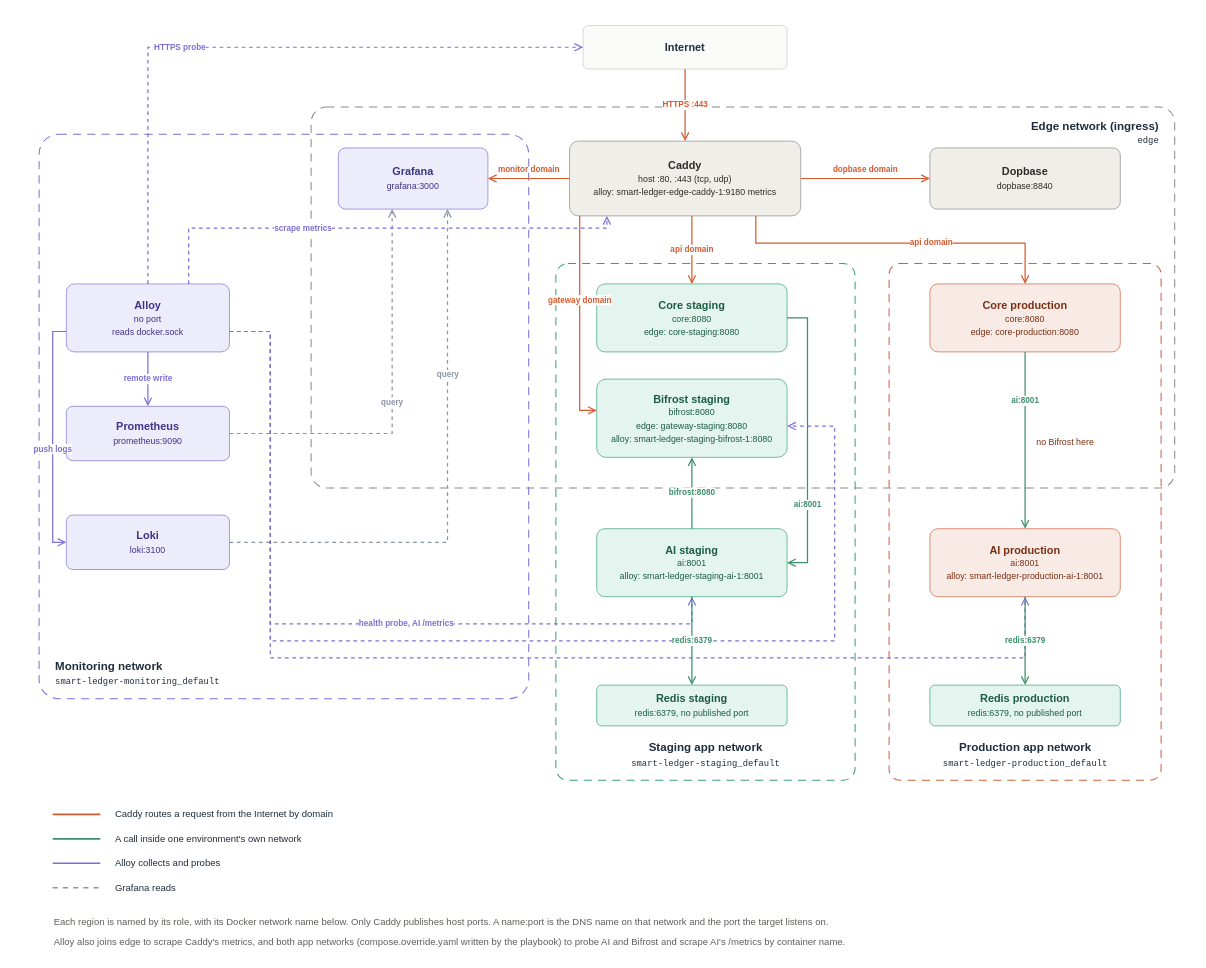
This is docs/architecture/diagrams/src/vps-network.drawio from miphu2804/smart-ledger, a draw.io file, before an edit. Source tidied: cells renumbered, new cells numbered last; positions are measured from the earlier drawing's top-left corner, leaving out a move shared by most shapes. Both pictures are drawn from the tidied source at 68%, with x=0, y=0 at pixel (12, 12).
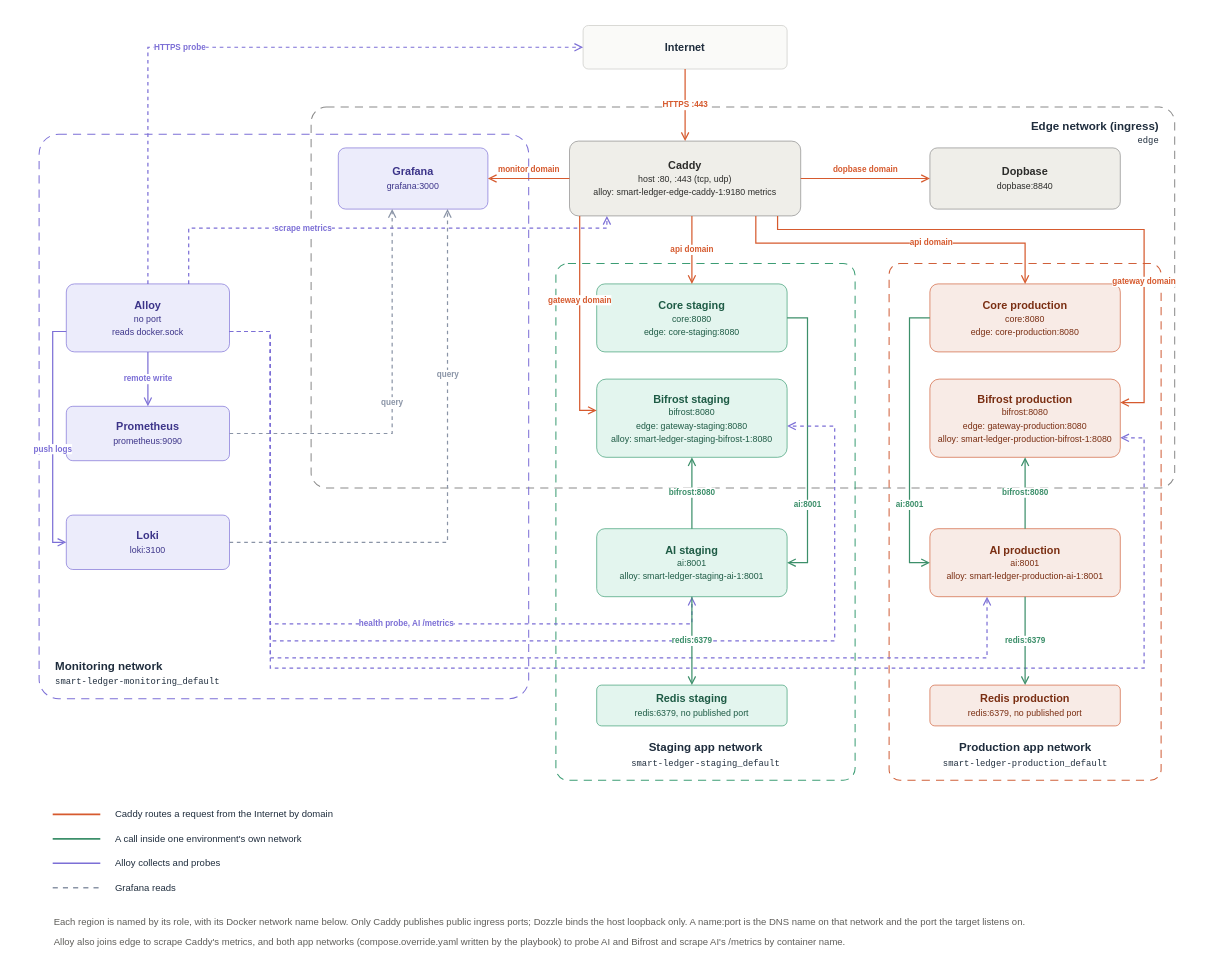
Above is the later version.

Commit message (it also covers changes not shown here):
docs: fix stock, audit and alert wording and vps bifrost diagram

The change refers to these unchanged cells:
```xml
<mxCell id="9" value="&lt;b&gt;Caddy&lt;/b&gt;&lt;br&gt;&lt;span style=&quot;font-size:13px;font-weight:normal&quot;&gt;host :80, :443 (tcp, udp)&lt;/span&gt;&lt;br&gt;&lt;span style=&quot;font-size:13px;font-weight:normal&quot;&gt;alloy: smart-ledger-edge-caddy-1:9180 metrics&lt;/span&gt;" style="rounded=1;arcSize=12;html=1;whiteSpace=wrap;fillColor=#efeee9;strokeColor=#8a8a8a;fontColor=#2c2c2a;fontSize=16;" parent="1" vertex="1">
  <mxGeometry x="820" y="190" width="340" height="110" as="geometry" />
</mxCell>
<mxCell id="11" value="&lt;b&gt;Alloy&lt;/b&gt;&lt;br&gt;&lt;span style=&quot;font-size:13px;font-weight:normal&quot;&gt;no port&lt;/span&gt;&lt;br&gt;&lt;span style=&quot;font-size:13px;font-weight:normal&quot;&gt;reads docker.sock&lt;/span&gt;" style="rounded=1;arcSize=12;html=1;whiteSpace=wrap;fillColor=#ececfb;strokeColor=#7c6fd6;fontColor=#3c3489;fontSize=16;" parent="1" vertex="1">
  <mxGeometry x="80" y="400" width="240" height="100" as="geometry" />
</mxCell>
<mxCell id="17" value="&lt;b&gt;Core production&lt;/b&gt;&lt;br&gt;&lt;span style=&quot;font-size:13px;font-weight:normal&quot;&gt;core:8080&lt;/span&gt;&lt;br&gt;&lt;span style=&quot;font-size:13px;font-weight:normal&quot;&gt;edge: core-production:8080&lt;/span&gt;" style="rounded=1;arcSize=12;html=1;whiteSpace=wrap;fillColor=#f8ebe6;strokeColor=#d0603a;fontColor=#7a2e12;fontSize=16;" parent="1" vertex="1">
  <mxGeometry x="1350" y="400" width="280" height="100" as="geometry" />
</mxCell>
<mxCell id="19" value="&lt;b&gt;AI production&lt;/b&gt;&lt;br&gt;&lt;span style=&quot;font-size:13px;font-weight:normal&quot;&gt;ai:8001&lt;/span&gt;&lt;br&gt;&lt;span style=&quot;font-size:13px;font-weight:normal&quot;&gt;alloy: smart-ledger-production-ai-1:8001&lt;/span&gt;" style="rounded=1;arcSize=12;html=1;whiteSpace=wrap;fillColor=#f8ebe6;strokeColor=#d0603a;fontColor=#7a2e12;fontSize=16;" parent="1" vertex="1">
  <mxGeometry x="1350" y="760" width="280" height="100" as="geometry" />
</mxCell>
```

What changed in the source:
```diff
@@
-    <mxCell id="18" value="no Bifrost here" style="text;html=1;align=left;verticalAlign=middle;fontColor=#7a2e12;fontSize=13;" parent="1" vertex="1">
-      <mxGeometry x="1505" y="620" width="140" height="24" as="geometry" />
-    </mxCell>
+    <mxCell id="52" value="&lt;b&gt;Bifrost production&lt;/b&gt;&lt;br&gt;&lt;span style=&quot;font-size:13px;font-weight:normal&quot;&gt;bifrost:8080&lt;/span&gt;&lt;br&gt;&lt;span style=&quot;font-size:13px;font-weight:normal&quot;&gt;edge: gateway-production:8080&lt;/span&gt;&lt;br&gt;&lt;span style=&quot;font-size:13px;font-weight:normal&quot;&gt;alloy: smart-ledger-production-bifrost-1:8080&lt;/span&gt;" style="rounded=1;arcSize=12;html=1;whiteSpace=wrap;fillColor=#f8ebe6;strokeColor=#d0603a;fontColor=#7a2e12;fontSize=16;" parent="1" vertex="1">
+      <mxGeometry x="1350" y="540" width="280" height="115" as="geometry" />
+    </mxCell>
@@
+    <mxCell id="53" value="gateway domain" style="edgeStyle=orthogonalEdgeStyle;rounded=0;html=1;endArrow=open;endSize=9;strokeColor=#d65a2e;strokeWidth=1.8;fontColor=#d65a2e;fontSize=12;fontStyle=1;labelBackgroundColor=#ffffff;exitX=0.9;exitY=1;entryX=1;entryY=0.3;" parent="1" edge="1" source="9" target="52">
+      <mxGeometry x="0.5" relative="1" as="geometry">
+        <Array as="points">
+          <mxPoint x="1126" y="320" />
+          <mxPoint x="1665" y="320" />
+          <mxPoint x="1665" y="574" />
+        </Array>
+      </mxGeometry>
+    </mxCell>
+    <mxCell id="54" value="bifrost:8080" style="edgeStyle=orthogonalEdgeStyle;rounded=0;html=1;endArrow=open;endSize=9;strokeColor=#3c8f6a;strokeWidth=1.8;fontColor=#3c8f6a;fontSize=12;fontStyle=1;labelBackgroundColor=#ffffff;exitX=0.5;exitY=0;entryX=0.5;entryY=1;" parent="1" edge="1" source="19" target="52">
+      <mxGeometry relative="1" as="geometry" />
+    </mxCell>
+    <mxCell id="55" style="edgeStyle=orthogonalEdgeStyle;rounded=0;html=1;endArrow=open;endSize=9;strokeColor=#7c6fd6;strokeWidth=1.8;dashed=1;fontColor=#7c6fd6;fontSize=12;fontStyle=1;labelBackgroundColor=#ffffff;exitX=1;exitY=0.7;entryX=1;entryY=0.75;" parent="1" edge="1" source="11" target="52">
+      <mxGeometry relative="1" as="geometry">
+        <Array as="points">
+          <mxPoint x="380" y="470" />
+          <mxPoint x="380" y="965" />
+          <mxPoint x="1665" y="965" />
+          <mxPoint x="1665" y="626" />
+        </Array>
+      </mxGeometry>
+    </mxCell>
-    <mxCell id="28" value="ai:8001" style="edgeStyle=orthogonalEdgeStyle;rounded=0;html=1;endArrow=open;endSize=9;strokeColor=#3c8f6a;strokeWidth=1.8;fontColor=#3c8f6a;fontSize=12;fontStyle=1;labelBackgroundColor=#ffffff;exitX=0.5;exitY=1;entryX=0.5;entryY=0;" parent="1" edge="1" source="17" target="19">
-      <mxGeometry x="-0.45" relative="1" as="geometry" />
+    <mxCell id="28" value="ai:8001" style="edgeStyle=orthogonalEdgeStyle;rounded=0;html=1;endArrow=open;endSize=9;strokeColor=#3c8f6a;strokeWidth=1.8;fontColor=#3c8f6a;fontSize=12;fontStyle=1;labelBackgroundColor=#ffffff;exitX=0;exitY=0.5;entryX=0;entryY=0.5;" parent="1" edge="1" source="17" target="19">
+      <mxGeometry x="0.45" relative="1" as="geometry">
+        <Array as="points">
+          <mxPoint x="1320" y="450" />
+          <mxPoint x="1320" y="810" />
+        </Array>
+      </mxGeometry>
     </mxCell>
@@
-    <mxCell id="37" style="edgeStyle=orthogonalEdgeStyle;rounded=0;html=1;endArrow=open;endSize=9;strokeColor=#7c6fd6;strokeWidth=1.8;dashed=1;fontColor=#7c6fd6;fontSize=12;fontStyle=1;labelBackgroundColor=#ffffff;exitX=1;exitY=0.7;entryX=0.5;entryY=1;" parent="1" edge="1" source="11" target="19">
+    <mxCell id="37" style="edgeStyle=orthogonalEdgeStyle;rounded=0;html=1;endArrow=open;endSize=9;strokeColor=#7c6fd6;strokeWidth=1.8;dashed=1;fontColor=#7c6fd6;fontSize=12;fontStyle=1;labelBackgroundColor=#ffffff;exitX=1;exitY=0.7;entryX=0.3;entryY=1;" parent="1" edge="1" source="11" target="19">
       <mxGeometry relative="1" as="geometry">
         <Array as="points">
           <mxPoint x="380" y="470" />
           <mxPoint x="380" y="950" />
-          <mxPoint x="1490" y="950" />
+          <mxPoint x="1434" y="950" />
         </Array>
       </mxGeometry>
     </mxCell>
@@
-    <mxCell id="46" value="Each region is named by its role, with its Docker network name below. Only Caddy publishes host ports. A name:port is the DNS name on that network and the port the target listens on." style="text;html=1;align=left;verticalAlign=middle;fontColor=#5f5e5a;fontSize=14;" parent="1" vertex="1">
+    <mxCell id="46" value="Each region is named by its role, with its Docker network name below. Only Caddy publishes public ingress ports; Dozzle binds the host loopback only. A name:port is the DNS name on that network and the port the target listens on." style="text;html=1;align=left;verticalAlign=middle;fontColor=#5f5e5a;fontSize=14;" parent="1" vertex="1">
       <mxGeometry x="60" y="1325" width="1600" height="28" as="geometry" />
     </mxCell>
@@
-    <mxCell id="50" value="&lt;b&gt;Redis production&lt;/b&gt;&lt;br&gt;&lt;span style=&quot;font-size:13px;font-weight:normal&quot;&gt;redis:6379, no published port&lt;/span&gt;" style="rounded=1;arcSize=12;html=1;whiteSpace=wrap;fillColor=#e3f5ee;strokeColor=#3c9d74;fontColor=#1e5b45;fontSize=16;" parent="1" vertex="1">
+    <mxCell id="50" value="&lt;b&gt;Redis production&lt;/b&gt;&lt;br&gt;&lt;span style=&quot;font-size:13px;font-weight:normal&quot;&gt;redis:6379, no published port&lt;/span&gt;" style="rounded=1;arcSize=12;html=1;whiteSpace=wrap;fillColor=#f8ebe6;strokeColor=#d0603a;fontColor=#7a2e12;fontSize=16;" parent="1" vertex="1">
       <mxGeometry x="1350" y="990" width="280" height="60" as="geometry" />
     </mxCell>
```
